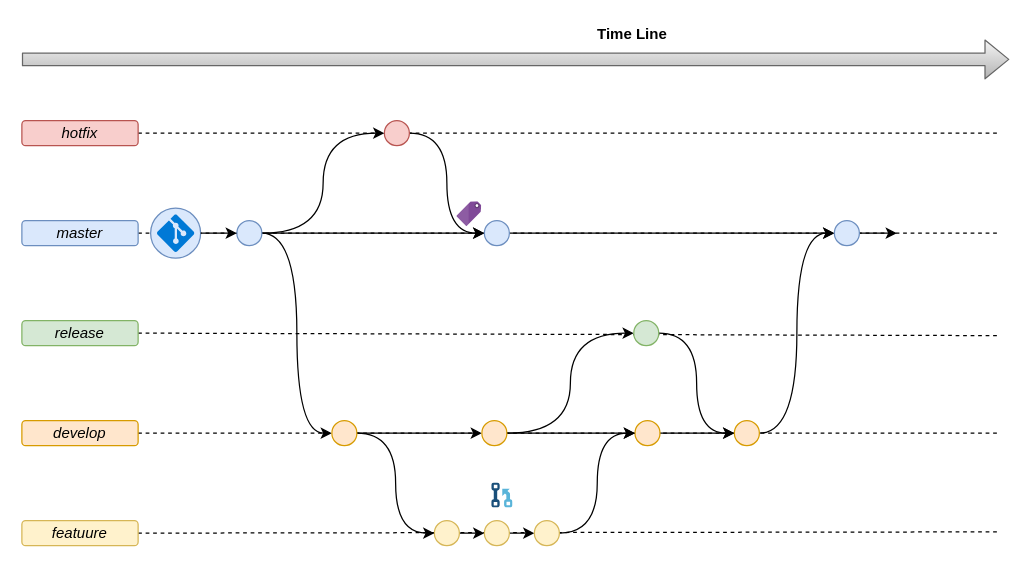
The draw.io diagram doc/BranchStrategyWorkflow-Context.drawio in josemarsilva/eval-git, before the edit. Source tidied: cells renumbered, new cells numbered last; positions are measured from the earlier drawing's top-left corner, leaving out a move shared by most shapes. Both pictures are drawn from the tidied source at 125%, with x=0, y=0 at pixel (21, 21).
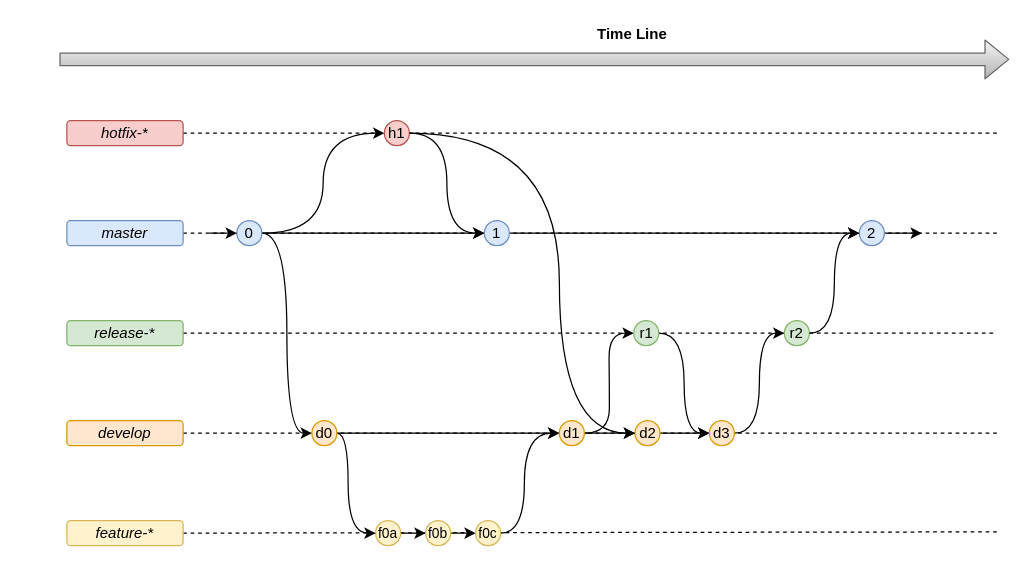
The same page after the edit.

The edit, as a diff of the source:
```diff
@@
+    <mxCell id="48" style="rounded=0;jettySize=auto;html=1;endArrow=none;endFill=0;dashed=1;exitX=1;exitY=0.5;exitDx=0;exitDy=0;" parent="1" edge="1" source="39" target="50">
+      <mxGeometry relative="1" as="geometry" />
+    </mxCell>
@@
-    <mxCell id="4" style="rounded=0;jettySize=auto;html=1;endArrow=none;endFill=0;dashed=1;exitX=1;exitY=0.5;exitDx=0;exitDy=0;" parent="1" edge="1" source="39">
+    <mxCell id="4" style="rounded=0;jettySize=auto;html=1;endArrow=none;endFill=0;dashed=1;exitX=1;exitY=0.5;exitDx=0;exitDy=0;" parent="1" edge="1" source="50">
       <mxGeometry relative="1" as="geometry">
-        <mxPoint x="780" y="251" as="targetPoint" />
+        <mxPoint x="780" y="249" as="targetPoint" />
       </mxGeometry>
     </mxCell>
@@
     <mxCell id="7" style="shape=flexArrow;endArrow=classic;html=1;gradientColor=#b3b3b3;fillColor=#f5f5f5;strokeColor=#666666;" parent="1" edge="1">
       <mxGeometry y="30" relative="1" as="geometry">
-        <mxPoint y="30" as="sourcePoint" />
+        <mxPoint x="30" y="30" as="sourcePoint" />
         <mxPoint x="790" y="30" as="targetPoint" />
       </mxGeometry>
     </mxCell>
@@
     <mxCell id="9" value="master" style="rounded=1;whiteSpace=wrap;html=1;strokeColor=#6c8ebf;fillColor=#dae8fc;fontStyle=2;" parent="1" vertex="1">
-      <mxGeometry y="159" width="93" height="20" as="geometry" />
+      <mxGeometry x="36" y="159" width="93" height="20" as="geometry" />
     </mxCell>
     <mxCell id="10" value="develop" style="rounded=1;whiteSpace=wrap;html=1;strokeColor=#d79b00;fillColor=#ffe6cc;fontStyle=2;" parent="1" vertex="1">
-      <mxGeometry y="319" width="93" height="20" as="geometry" />
+      <mxGeometry x="36" y="319" width="93" height="20" as="geometry" />
     </mxCell>
-    <mxCell id="11" value="hotfix" style="rounded=1;whiteSpace=wrap;html=1;strokeColor=#b85450;fillColor=#f8cecc;fontStyle=2;" parent="1" vertex="1">
-      <mxGeometry y="79" width="93" height="20" as="geometry" />
+    <mxCell id="11" value="hotfix-*" style="rounded=1;whiteSpace=wrap;html=1;strokeColor=#b85450;fillColor=#f8cecc;fontStyle=2;" parent="1" vertex="1">
+      <mxGeometry x="36" y="79" width="93" height="20" as="geometry" />
     </mxCell>
@@
-    <mxCell id="13" style="ellipse;whiteSpace=wrap;html=1;strokeColor=#d6b656;fillColor=#fff2cc;" parent="1" vertex="1">
-      <mxGeometry x="330" y="399" width="20" height="20" as="geometry" />
+    <mxCell id="13" value="f0a" style="ellipse;whiteSpace=wrap;html=1;strokeColor=#d6b656;fillColor=#fff2cc;fontSize=11;" parent="1" vertex="1">
+      <mxGeometry x="283" y="399" width="20" height="20" as="geometry" />
     </mxCell>
@@
-    <mxCell id="15" style="ellipse;whiteSpace=wrap;html=1;strokeColor=#b85450;fillColor=#f8cecc;" parent="1" vertex="1">
+    <mxCell id="15" value="h1" style="ellipse;whiteSpace=wrap;html=1;strokeColor=#b85450;fillColor=#f8cecc;" parent="1" vertex="1">
       <mxGeometry x="290" y="79" width="20" height="20" as="geometry" />
     </mxCell>
-    <mxCell id="16" style="group;" parent="1" vertex="1">
-      <mxGeometry x="103" y="149" width="40" height="40" as="geometry" />
-    </mxCell>
-    <mxCell id="17" style="ellipse;whiteSpace=wrap;html=1;strokeColor=#6c8ebf;fillColor=#dae8fc;" parent="16" vertex="1">
-      <mxGeometry width="40" height="40" as="geometry" />
-    </mxCell>
-    <mxCell id="18" style="shadow=0;dashed=0;html=1;strokeColor=none;fillColor=#0079D6;labelPosition=center;verticalLabelPosition=bottom;verticalAlign=top;align=center;shape=mxgraph.azure.git_repository;" parent="16" vertex="1">
-      <mxGeometry x="5" y="5" width="30" height="30" as="geometry" />
-    </mxCell>
@@
-    <mxCell id="22" style="ellipse;whiteSpace=wrap;html=1;strokeColor=#6c8ebf;fillColor=#dae8fc;" parent="1" vertex="1">
+    <mxCell id="22" value="0" style="ellipse;whiteSpace=wrap;html=1;strokeColor=#6c8ebf;fillColor=#dae8fc;align=center;" parent="1" vertex="1">
       <mxGeometry x="172" y="159" width="20" height="20" as="geometry" />
     </mxCell>
-    <mxCell id="23" style="edgeStyle=none;rounded=0;jettySize=auto;html=1;entryX=0;entryY=0.5;entryDx=0;entryDy=0;exitX=1;exitY=0.5;exitDx=0;exitDy=0;" parent="1" edge="1" source="17" target="22">
-      <mxGeometry relative="1" as="geometry" />
+    <mxCell id="23" style="edgeStyle=none;rounded=0;jettySize=auto;html=1;entryX=0;entryY=0.5;entryDx=0;entryDy=0;" parent="1" edge="1" target="22">
+      <mxGeometry relative="1" as="geometry">
+        <mxPoint x="150" y="169" as="sourcePoint" />
+      </mxGeometry>
     </mxCell>
     <mxCell id="24" style="edgeStyle=orthogonalEdgeStyle;curved=1;rounded=0;jettySize=auto;html=1;entryX=0;entryY=0.5;entryDx=0;entryDy=0;" parent="1" edge="1" source="26" target="13">
-      <mxGeometry relative="1" as="geometry" />
+      <mxGeometry relative="1" as="geometry">
+        <Array as="points">
+          <mxPoint x="261" y="329" />
+          <mxPoint x="261" y="409" />
+        </Array>
+      </mxGeometry>
     </mxCell>
@@
-    <mxCell id="26" style="ellipse;whiteSpace=wrap;html=1;strokeColor=#d79b00;fillColor=#ffe6cc;" parent="1" vertex="1">
-      <mxGeometry x="248" y="319" width="20" height="20" as="geometry" />
+    <mxCell id="26" value="d0" style="ellipse;whiteSpace=wrap;html=1;strokeColor=#d79b00;fillColor=#ffe6cc;" parent="1" vertex="1">
+      <mxGeometry x="232" y="319" width="20" height="20" as="geometry" />
     </mxCell>
@@
-    <mxCell id="28" style="ellipse;whiteSpace=wrap;html=1;strokeColor=#6c8ebf;fillColor=#dae8fc;" parent="1" vertex="1">
+    <mxCell id="28" value="1" style="ellipse;whiteSpace=wrap;html=1;strokeColor=#6c8ebf;fillColor=#dae8fc;fontSize=12;" parent="1" vertex="1">
       <mxGeometry x="370" y="159" width="20" height="20" as="geometry" />
     </mxCell>
-    <mxCell id="29" value="featuure" style="rounded=1;whiteSpace=wrap;html=1;strokeColor=#d6b656;fillColor=#fff2cc;fontStyle=2;" parent="1" vertex="1">
-      <mxGeometry y="399" width="93" height="20" as="geometry" />
+    <mxCell id="29" value="feature-*" style="rounded=1;whiteSpace=wrap;html=1;strokeColor=#d6b656;fillColor=#fff2cc;fontStyle=2;" parent="1" vertex="1">
+      <mxGeometry x="36" y="399" width="93" height="20" as="geometry" />
     </mxCell>
@@
-    <mxCell id="31" style="ellipse;whiteSpace=wrap;html=1;strokeColor=#d6b656;fillColor=#fff2cc;" parent="1" vertex="1">
-      <mxGeometry x="370" y="399" width="20" height="20" as="geometry" />
+    <mxCell id="31" value="f0b" style="ellipse;whiteSpace=wrap;html=1;strokeColor=#d6b656;fillColor=#fff2cc;fontSize=11;" parent="1" vertex="1">
+      <mxGeometry x="323" y="399" width="20" height="20" as="geometry" />
     </mxCell>
-    <mxCell id="32" style="edgeStyle=orthogonalEdgeStyle;curved=1;rounded=0;jettySize=auto;html=1;exitX=1;exitY=0.5;exitDx=0;exitDy=0;entryX=0;entryY=0.5;entryDx=0;entryDy=0;" parent="1" edge="1" source="33" target="35">
-      <mxGeometry relative="1" as="geometry" />
+    <mxCell id="32" style="edgeStyle=orthogonalEdgeStyle;curved=1;rounded=0;jettySize=auto;html=1;exitX=1;exitY=0.5;exitDx=0;exitDy=0;entryX=0;entryY=0.5;entryDx=0;entryDy=0;" parent="1" edge="1" source="33" target="38">
+      <mxGeometry relative="1" as="geometry">
+        <Array as="points">
+          <mxPoint x="402" y="329" />
+        </Array>
+      </mxGeometry>
     </mxCell>
-    <mxCell id="33" style="ellipse;whiteSpace=wrap;html=1;strokeColor=#d6b656;fillColor=#fff2cc;" parent="1" vertex="1">
-      <mxGeometry x="410" y="399" width="20" height="20" as="geometry" />
+    <mxCell id="33" value="f0c" style="ellipse;whiteSpace=wrap;html=1;strokeColor=#d6b656;fillColor=#fff2cc;fontSize=11;" parent="1" vertex="1">
+      <mxGeometry x="363" y="399" width="20" height="20" as="geometry" />
     </mxCell>
@@
-    <mxCell id="35" style="ellipse;whiteSpace=wrap;html=1;strokeColor=#d79b00;fillColor=#ffe6cc;" parent="1" vertex="1">
+    <mxCell id="35" value="d2" style="ellipse;whiteSpace=wrap;html=1;strokeColor=#d79b00;fillColor=#ffe6cc;" parent="1" vertex="1">
       <mxGeometry x="490.5" y="319" width="20" height="20" as="geometry" />
     </mxCell>
@@
-    <mxCell id="38" style="ellipse;whiteSpace=wrap;html=1;strokeColor=#d79b00;fillColor=#ffe6cc;" parent="1" vertex="1">
-      <mxGeometry x="368" y="319" width="20" height="20" as="geometry" />
+    <mxCell id="38" value="d1" style="ellipse;whiteSpace=wrap;html=1;strokeColor=#d79b00;fillColor=#ffe6cc;" parent="1" vertex="1">
+      <mxGeometry x="430" y="319" width="20" height="20" as="geometry" />
     </mxCell>
-    <mxCell id="39" value="release" style="rounded=1;whiteSpace=wrap;html=1;strokeColor=#82b366;fillColor=#d5e8d4;fontStyle=2;" parent="1" vertex="1">
-      <mxGeometry y="239" width="93" height="20" as="geometry" />
+    <mxCell id="39" value="release-*" style="rounded=1;whiteSpace=wrap;html=1;strokeColor=#82b366;fillColor=#d5e8d4;fontStyle=2;" parent="1" vertex="1">
+      <mxGeometry x="36" y="239" width="93" height="20" as="geometry" />
     </mxCell>
@@
-    <mxCell id="41" style="ellipse;whiteSpace=wrap;html=1;strokeColor=#82b366;fillColor=#d5e8d4;" parent="1" vertex="1">
+    <mxCell id="41" value="r1" style="ellipse;whiteSpace=wrap;html=1;strokeColor=#82b366;fillColor=#d5e8d4;" parent="1" vertex="1">
       <mxGeometry x="489.5" y="239" width="20" height="20" as="geometry" />
     </mxCell>
-    <mxCell id="42" style="edgeStyle=orthogonalEdgeStyle;rounded=0;jettySize=auto;html=1;curved=1;entryX=0;entryY=0.5;entryDx=0;entryDy=0;" parent="1" edge="1" source="43" target="46">
+    <mxCell id="42" style="edgeStyle=orthogonalEdgeStyle;rounded=0;jettySize=auto;html=1;curved=1;entryX=0;entryY=0.5;entryDx=0;entryDy=0;" parent="1" edge="1" source="43" target="50">
       <mxGeometry relative="1" as="geometry" />
     </mxCell>
-    <mxCell id="43" style="ellipse;whiteSpace=wrap;html=1;strokeColor=#d79b00;fillColor=#ffe6cc;" parent="1" vertex="1">
-      <mxGeometry x="570" y="319" width="20" height="20" as="geometry" />
+    <mxCell id="43" value="d3" style="ellipse;whiteSpace=wrap;html=1;strokeColor=#d79b00;fillColor=#ffe6cc;" parent="1" vertex="1">
+      <mxGeometry x="550" y="319" width="20" height="20" as="geometry" />
     </mxCell>
-    <mxCell id="44" style="html=1;perimeter=none;align=center;shadow=0;dashed=0;image;fontSize=12;image=img/lib/mscae/Tag.svg;strokeColor=#FF8000;fillColor=#0000FF;" parent="1" vertex="1">
-      <mxGeometry x="348" y="144" width="20" height="20" as="geometry" />
-    </mxCell>
     <mxCell id="45" style="edgeStyle=orthogonalEdgeStyle;curved=1;rounded=0;jettySize=auto;html=1;" parent="1" edge="1" source="46">
       <mxGeometry relative="1" as="geometry">
-        <mxPoint x="700" y="169" as="targetPoint" />
+        <mxPoint x="720" y="169" as="targetPoint" />
       </mxGeometry>
     </mxCell>
-    <mxCell id="46" style="ellipse;whiteSpace=wrap;html=1;strokeColor=#6c8ebf;fillColor=#dae8fc;" parent="1" vertex="1">
-      <mxGeometry x="650" y="159" width="20" height="20" as="geometry" />
+    <mxCell id="46" value="2" style="ellipse;whiteSpace=wrap;html=1;strokeColor=#6c8ebf;fillColor=#dae8fc;" parent="1" vertex="1">
+      <mxGeometry x="670" y="159" width="20" height="20" as="geometry" />
     </mxCell>
-    <mxCell id="47" style="html=1;perimeter=none;align=center;shadow=0;dashed=0;image;fontSize=12;image=img/lib/mscae/PullRequest.svg;" parent="1" vertex="1">
-      <mxGeometry x="376" y="369" width="17" height="20" as="geometry" />
-    </mxCell>
+    <mxCell id="49" style="edgeStyle=orthogonalEdgeStyle;curved=1;rounded=0;jettySize=auto;html=1;entryX=0;entryY=0.5;entryDx=0;entryDy=0;exitX=1;exitY=0.5;exitDx=0;exitDy=0;" parent="1" edge="1" source="15" target="35">
+      <mxGeometry relative="1" as="geometry">
+        <Array as="points">
+          <mxPoint x="430" y="89" />
+          <mxPoint x="430" y="329" />
+        </Array>
+      </mxGeometry>
+    </mxCell>
+    <mxCell id="50" value="r2" style="ellipse;whiteSpace=wrap;html=1;strokeColor=#82b366;fillColor=#d5e8d4;" parent="1" vertex="1">
+      <mxGeometry x="610" y="239" width="20" height="20" as="geometry" />
+    </mxCell>
+    <mxCell id="51" style="edgeStyle=orthogonalEdgeStyle;rounded=0;jettySize=auto;html=1;curved=1;entryX=0;entryY=0.5;entryDx=0;entryDy=0;exitX=1;exitY=0.5;exitDx=0;exitDy=0;" parent="1" edge="1" source="50" target="46">
+      <mxGeometry relative="1" as="geometry" />
+    </mxCell>
```
